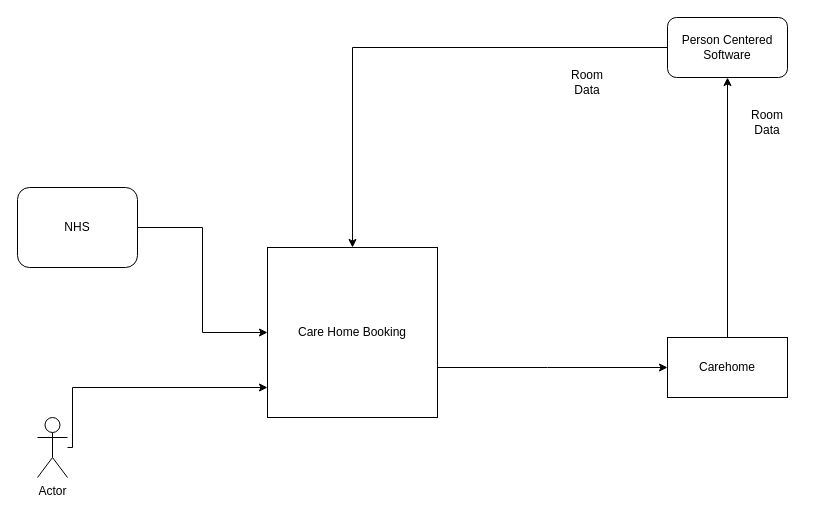
This is CarehomeBookingHighLevelSystemDigram.drawio from mattwatts36/drawings, a draw.io file, before an edit. Source tidied: cells renumbered, new cells numbered last; positions are measured from the earlier drawing's top-left corner, leaving out a move shared by most shapes. Both pictures are drawn from the tidied source at 100%, with x=0, y=0 at pixel (17, 17).
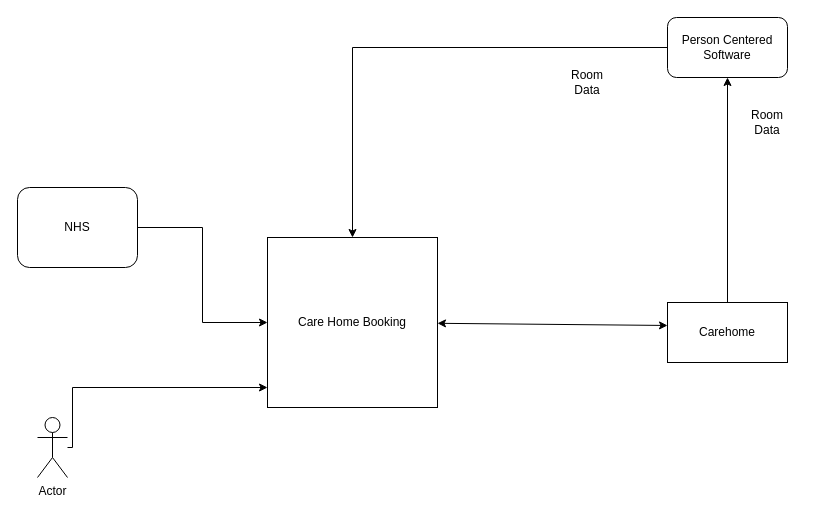
Above is the later version.

Change to the diagram source:
```diff
@@
 <mxGraphModel>
   <root>
     <mxCell id="0" />
     <mxCell id="1" parent="0" />
     <mxCell id="2" style="edgeStyle=orthogonalEdgeStyle;rounded=0;jettySize=auto;html=1;" parent="1" edge="1" source="3" target="5">
       <mxGeometry relative="1" as="geometry" />
     </mxCell>
     <mxCell id="3" value="NHS" style="rounded=1;whiteSpace=wrap;html=1;" parent="1" vertex="1">
       <mxGeometry y="170" width="120" height="80" as="geometry" />
     </mxCell>
-    <mxCell id="4" style="edgeStyle=orthogonalEdgeStyle;rounded=0;jettySize=auto;html=1;" parent="1" edge="1" source="5" target="7">
-      <mxGeometry relative="1" as="geometry">
-        <Array as="points">
-          <mxPoint x="530" y="350" />
-          <mxPoint x="530" y="350" />
-        </Array>
-      </mxGeometry>
-    </mxCell>
     <mxCell id="5" value="Care Home Booking" style="whiteSpace=wrap;html=1;" parent="1" vertex="1">
-      <mxGeometry x="250" y="230" width="170" height="170" as="geometry" />
+      <mxGeometry x="250" y="220" width="170" height="170" as="geometry" />
     </mxCell>
     <mxCell id="6" style="edgeStyle=orthogonalEdgeStyle;rounded=0;jettySize=auto;html=1;" parent="1" edge="1" source="7" target="9">
       <mxGeometry relative="1" as="geometry" />
     </mxCell>
     <mxCell id="7" value="Carehome" style="rounded=0;whiteSpace=wrap;html=1;" parent="1" vertex="1">
-      <mxGeometry x="650" y="320" width="120" height="60" as="geometry" />
+      <mxGeometry x="650" y="285" width="120" height="60" as="geometry" />
     </mxCell>
     <mxCell id="8" style="edgeStyle=orthogonalEdgeStyle;rounded=0;jettySize=auto;html=1;" parent="1" edge="1" source="9" target="5">
       <mxGeometry relative="1" as="geometry" />
     </mxCell>
     <mxCell id="9" value="Person Centered Software" style="rounded=1;whiteSpace=wrap;html=1;" parent="1" vertex="1">
       <mxGeometry x="650" width="120" height="60" as="geometry" />
     </mxCell>
     <mxCell id="10" value="Room Data" style="text;html=1;strokeColor=none;fillColor=none;align=center;verticalAlign=middle;whiteSpace=wrap;rounded=0;" parent="1" vertex="1">
       <mxGeometry x="720" y="90" width="60" height="30" as="geometry" />
     </mxCell>
     <mxCell id="11" value="Room Data" style="text;html=1;strokeColor=none;fillColor=none;align=center;verticalAlign=middle;whiteSpace=wrap;rounded=0;" parent="1" vertex="1">
       <mxGeometry x="540" y="50" width="60" height="30" as="geometry" />
     </mxCell>
     <mxCell id="12" style="edgeStyle=orthogonalEdgeStyle;rounded=0;jettySize=auto;html=1;" parent="1" edge="1" source="13" target="5">
       <mxGeometry relative="1" as="geometry">
         <Array as="points">
           <mxPoint x="55" y="370" />
         </Array>
       </mxGeometry>
     </mxCell>
     <mxCell id="13" value="Actor" style="shape=umlActor;verticalLabelPosition=bottom;verticalAlign=top;html=1;outlineConnect=0;" parent="1" vertex="1">
       <mxGeometry x="20" y="400" width="30" height="60" as="geometry" />
     </mxCell>
+    <mxCell id="4" style="endArrow=classic;startArrow=classic;html=1;rounded=0;entryX=0;entryY=0.383;entryDx=0;entryDy=0;entryPerimeter=0;" parent="1" edge="1" source="5" target="7">
+      <mxGeometry relative="1" as="geometry" />
+    </mxCell>
   </root>
 </mxGraphModel>
```
